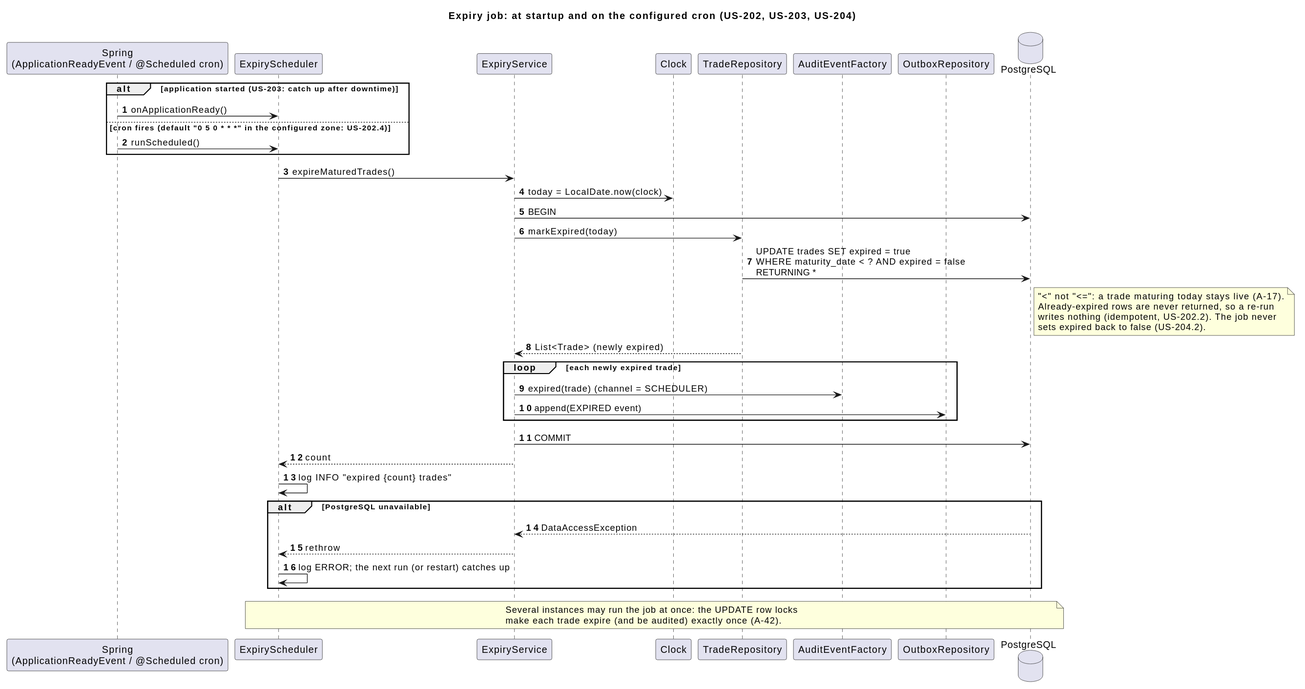
Before: docs/diagrams/out/05-seq-expiry.svg, a diagram exported from PlantUML (kuldipkumar/Trade-store). The source it was exported from:
```plantuml
@startuml
title Expiry job: at startup and on the configured cron (US-202, US-203, US-204)

autonumber
participant "Spring\n(ApplicationReadyEvent / @Scheduled cron)" as Spring
participant ExpiryScheduler
participant ExpiryService
participant Clock
participant TradeRepository
participant AuditEventFactory
participant OutboxRepository
database PostgreSQL

alt application started (US-203: catch up after downtime)
  Spring -> ExpiryScheduler : onApplicationReady()
else cron fires (default "0 5 0 * * *" in the configured zone: US-202.4)
  Spring -> ExpiryScheduler : runScheduled()
end
ExpiryScheduler -> ExpiryService : expireMaturedTrades()
ExpiryService -> Clock : today = LocalDate.now(clock)
ExpiryService -> PostgreSQL : BEGIN
ExpiryService -> TradeRepository : markExpired(today)
TradeRepository -> PostgreSQL : UPDATE trades SET expired = true\nWHERE maturity_date < ? AND expired = false\nRETURNING *
note right of PostgreSQL
  "<" not "<=": a trade maturing today stays live (A-17).
  Already-expired rows are never returned, so a re-run
  writes nothing (idempotent, US-202.2). The job never
  sets expired back to false (US-204.2).
end note
TradeRepository --> ExpiryService : List<Trade> (newly expired)
loop each newly expired trade
  ExpiryService -> AuditEventFactory : expired(trade)  (channel = SCHEDULER)
  ExpiryService -> OutboxRepository : append(EXPIRED event)
end
ExpiryService -> PostgreSQL : COMMIT
ExpiryService --> ExpiryScheduler : count
ExpiryScheduler -> ExpiryScheduler : log INFO "expired {count} trades"

alt PostgreSQL unavailable
  PostgreSQL --> ExpiryService : DataAccessException
  ExpiryService --> ExpiryScheduler : rethrow
  ExpiryScheduler -> ExpiryScheduler : log ERROR; the next run (or restart) catches up
end

note over ExpiryScheduler, PostgreSQL
  Several instances may run the job at once: the UPDATE row locks
  make each trade expire (and be audited) exactly once (A-42).
end note
@enduml
```
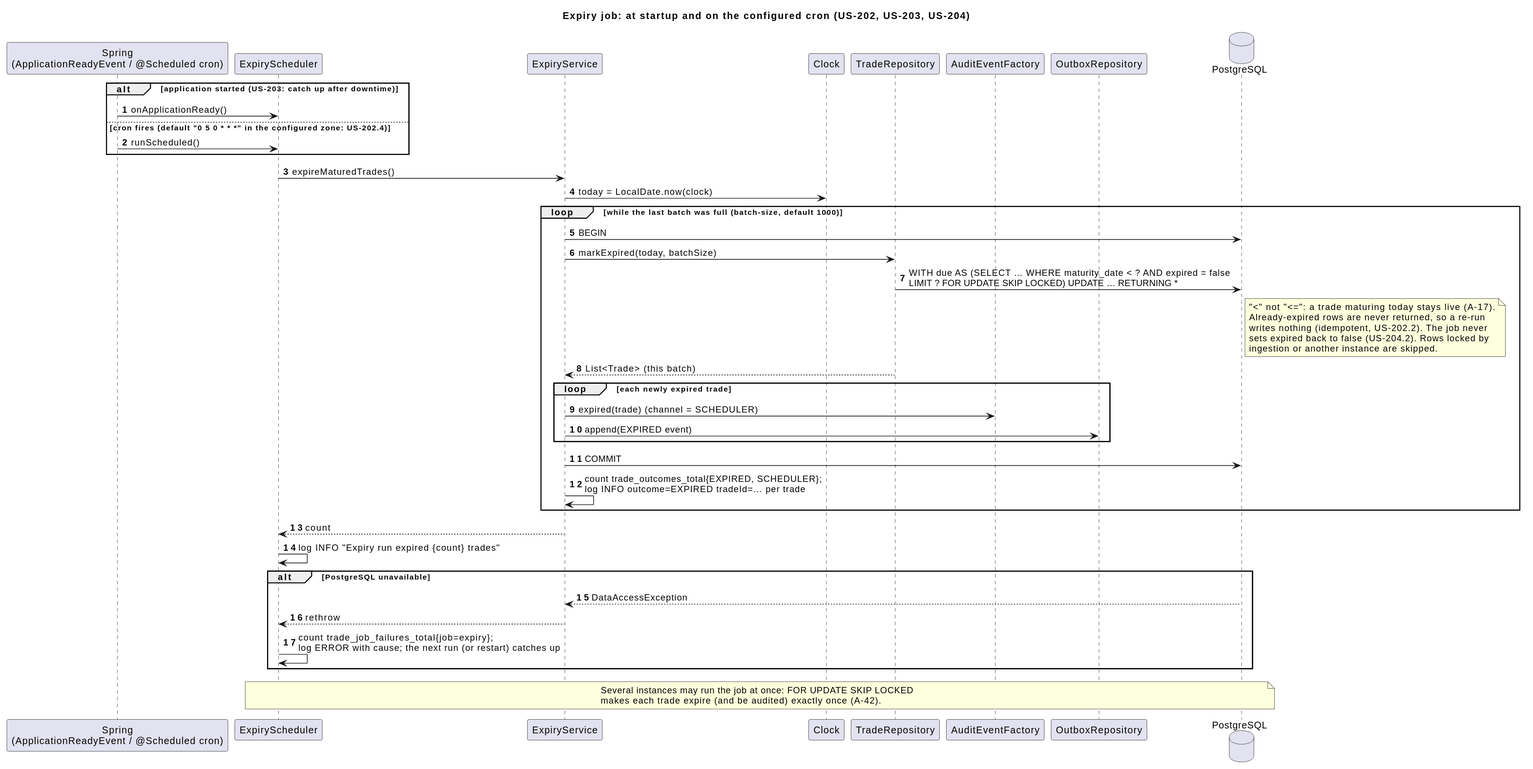
Above is the later version.

Commit message:
docs: US-202 batched expiry in LLD 4.2, config table and 05-seq-expiry diagram

Diff of the diagram source:
```diff
@@ -18,32 +18,36 @@
 end
 ExpiryScheduler -> ExpiryService : expireMaturedTrades()
 ExpiryService -> Clock : today = LocalDate.now(clock)
-ExpiryService -> PostgreSQL : BEGIN
-ExpiryService -> TradeRepository : markExpired(today)
-TradeRepository -> PostgreSQL : UPDATE trades SET expired = true\nWHERE maturity_date < ? AND expired = false\nRETURNING *
-note right of PostgreSQL
-  "<" not "<=": a trade maturing today stays live (A-17).
-  Already-expired rows are never returned, so a re-run
-  writes nothing (idempotent, US-202.2). The job never
-  sets expired back to false (US-204.2).
-end note
-TradeRepository --> ExpiryService : List<Trade> (newly expired)
-loop each newly expired trade
-  ExpiryService -> AuditEventFactory : expired(trade)  (channel = SCHEDULER)
-  ExpiryService -> OutboxRepository : append(EXPIRED event)
+loop while the last batch was full (batch-size, default 1000)
+  ExpiryService -> PostgreSQL : BEGIN
+  ExpiryService -> TradeRepository : markExpired(today, batchSize)
+  TradeRepository -> PostgreSQL : WITH due AS (SELECT … WHERE maturity_date < ? AND expired = false\nLIMIT ? FOR UPDATE SKIP LOCKED) UPDATE … RETURNING *
+  note right of PostgreSQL
+    "<" not "<=": a trade maturing today stays live (A-17).
+    Already-expired rows are never returned, so a re-run
+    writes nothing (idempotent, US-202.2). The job never
+    sets expired back to false (US-204.2). Rows locked by
+    ingestion or another instance are skipped.
+  end note
+  TradeRepository --> ExpiryService : List<Trade> (this batch)
+  loop each newly expired trade
+    ExpiryService -> AuditEventFactory : expired(trade)  (channel = SCHEDULER)
+    ExpiryService -> OutboxRepository : append(EXPIRED event)
+  end
+  ExpiryService -> PostgreSQL : COMMIT
+  ExpiryService -> ExpiryService : count trade_outcomes_total{EXPIRED, SCHEDULER};\nlog INFO outcome=EXPIRED tradeId=… per trade
 end
-ExpiryService -> PostgreSQL : COMMIT
 ExpiryService --> ExpiryScheduler : count
-ExpiryScheduler -> ExpiryScheduler : log INFO "expired {count} trades"
+ExpiryScheduler -> ExpiryScheduler : log INFO "Expiry run expired {count} trades"
 
 alt PostgreSQL unavailable
   PostgreSQL --> ExpiryService : DataAccessException
   ExpiryService --> ExpiryScheduler : rethrow
-  ExpiryScheduler -> ExpiryScheduler : log ERROR; the next run (or restart) catches up
+  ExpiryScheduler -> ExpiryScheduler : count trade_job_failures_total{job=expiry};\nlog ERROR with cause; the next run (or restart) catches up
 end
 
 note over ExpiryScheduler, PostgreSQL
-  Several instances may run the job at once: the UPDATE row locks
-  make each trade expire (and be audited) exactly once (A-42).
+  Several instances may run the job at once: FOR UPDATE SKIP LOCKED
+  makes each trade expire (and be audited) exactly once (A-42).
 end note
 @enduml
```
